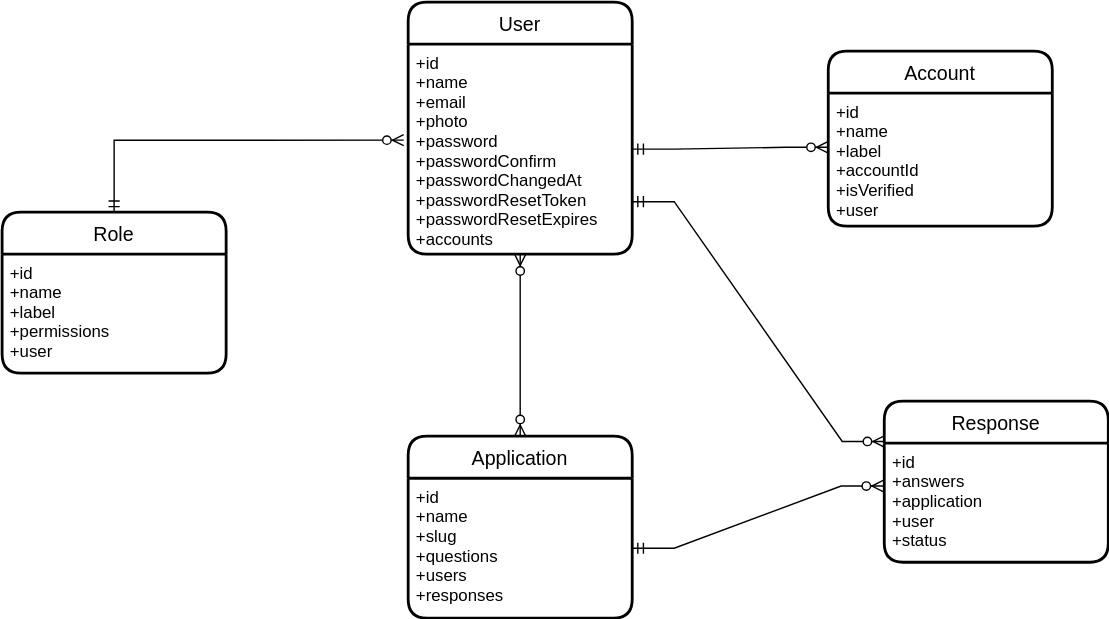
This is public/entity-relationship-diagram.svg from ekiztk/community-application-website, a draw.io export, as it was before one commit. Source tidied: cells renumbered, new cells last; positions are measured from the earlier drawing's top-left corner, leaving out a move shared by most shapes.
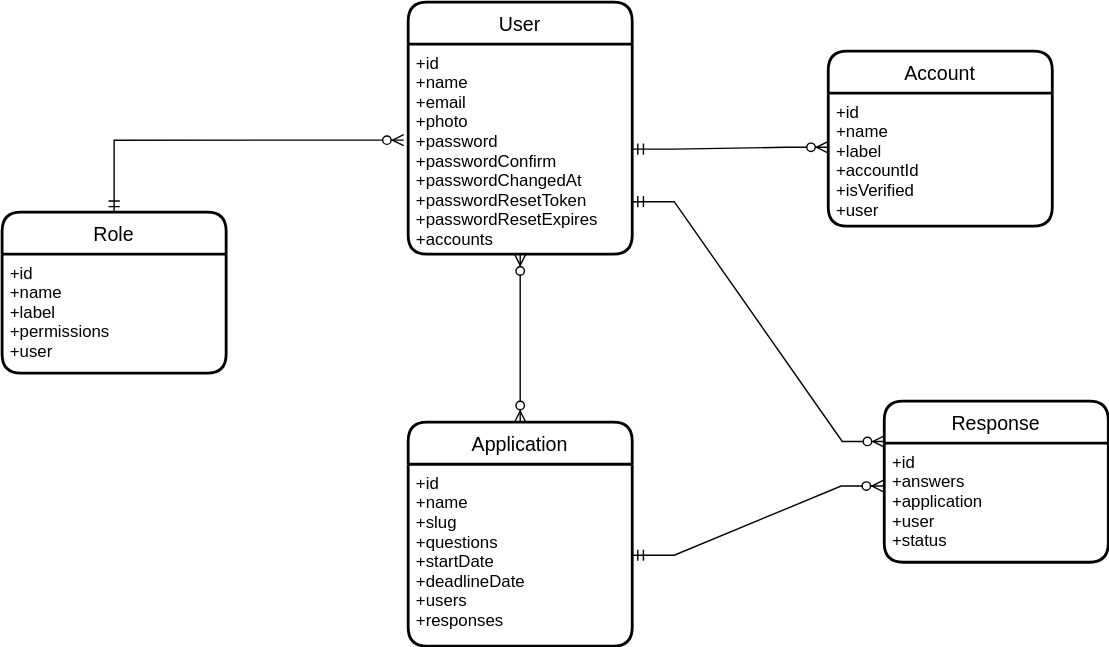
The same diagram one commit later.

What changed in the source:
```diff
@@ -18,10 +18,10 @@
       <mxGeometry relative="1" as="geometry" />
     </mxCell>
     <mxCell id="7" value="Application" style="swimlane;horizontal=1;startSize=30;rounded=1;fontSize=14;fontStyle=0;strokeWidth=2;shadow=0;dashed=0;align=center;" parent="1" vertex="1">
-      <mxGeometry x="290" y="310" width="160" height="130" as="geometry" />
+      <mxGeometry x="290" y="300" width="160" height="160" as="geometry" />
     </mxCell>
-    <mxCell id="8" value="+id&#10;+name&#10;+slug&#10;+questions&#10;+users&#10;+responses" style="align=left;strokeColor=none;fillColor=none;spacingLeft=4;fontSize=12;verticalAlign=top;" parent="7" vertex="1">
-      <mxGeometry y="30" width="160" height="100" as="geometry" />
+    <mxCell id="8" value="+id&#10;+name&#10;+slug&#10;+questions&#10;+startDate&#10;+deadlineDate&#10;+users&#10;+responses" style="align=left;strokeColor=none;fillColor=none;spacingLeft=4;fontSize=12;verticalAlign=top;" parent="7" vertex="1">
+      <mxGeometry y="30" width="160" height="130" as="geometry" />
     </mxCell>
     <mxCell id="9" value="Response" style="swimlane;horizontal=1;startSize=30;rounded=1;fontSize=14;fontStyle=0;strokeWidth=2;shadow=0;dashed=0;align=center;" parent="1" vertex="1">
       <mxGeometry x="630" y="285" width="160" height="115" as="geometry" />
```
